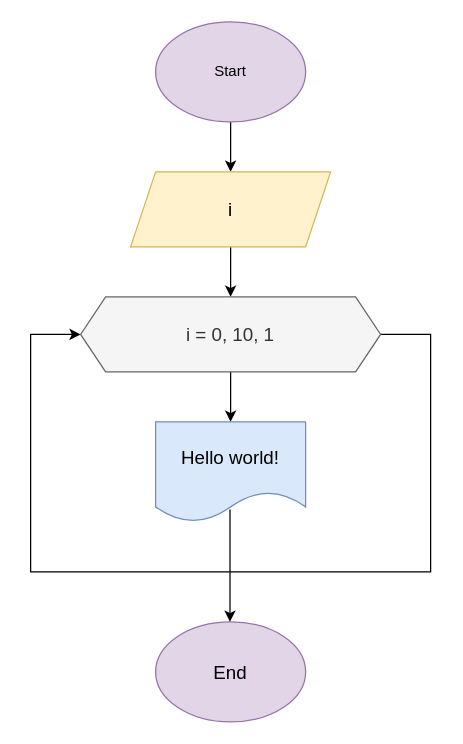
The draw.io diagram page "Page-7" (7 of 8) of Task 1.drawio in NigarMahmudova/Second_Homework, before the edit. Source tidied: cells renumbered, new cells numbered last; positions are measured from the earlier drawing's top-left corner, leaving out a move shared by most shapes. Both pictures are drawn from the tidied source at 125%, with x=0, y=0 at pixel (30, 21).
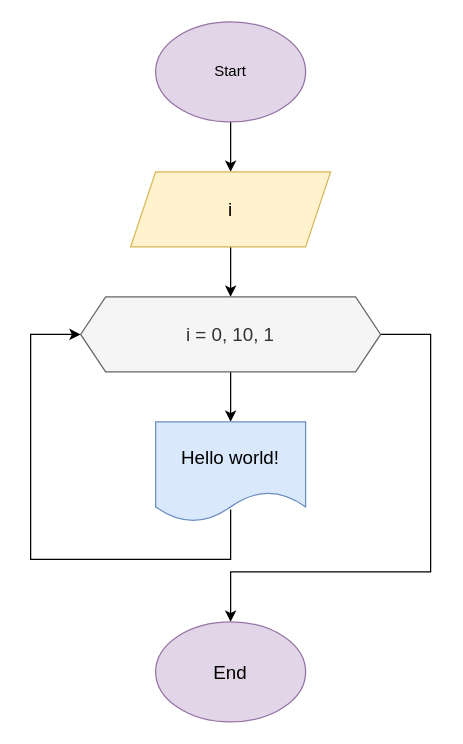
Above is the later version.

What changed in the source:
```diff
@@
 <mxGraphModel>
   <root>
     <mxCell id="0" />
     <mxCell id="1" parent="0" />
     <mxCell id="2" style="edgeStyle=orthogonalEdgeStyle;rounded=0;jettySize=auto;html=1;" parent="1" edge="1" source="3" target="5">
       <mxGeometry relative="1" as="geometry" />
     </mxCell>
     <mxCell id="3" value="Start" style="ellipse;whiteSpace=wrap;html=1;fillColor=#e1d5e7;strokeColor=#9673a6;" parent="1" vertex="1">
       <mxGeometry x="100" width="120" height="80" as="geometry" />
     </mxCell>
     <mxCell id="4" style="edgeStyle=orthogonalEdgeStyle;rounded=0;jettySize=auto;html=1;exitX=0.5;exitY=1;exitDx=0;exitDy=0;entryX=0.5;entryY=0;entryDx=0;entryDy=0;fontSize=15;" parent="1" edge="1" source="5" target="8">
       <mxGeometry relative="1" as="geometry" />
     </mxCell>
     <mxCell id="5" value="&lt;font style=&quot;font-size: 15px;&quot;&gt;i&lt;/font&gt;" style="shape=parallelogram;perimeter=parallelogramPerimeter;whiteSpace=wrap;html=1;fixedSize=1;fillColor=#fff2cc;strokeColor=#d6b656;" parent="1" vertex="1">
       <mxGeometry x="80" y="120" width="160" height="60" as="geometry" />
     </mxCell>
     <mxCell id="6" style="edgeStyle=orthogonalEdgeStyle;rounded=0;jettySize=auto;html=1;fontSize=15;" parent="1" edge="1" source="8" target="9">
       <mxGeometry relative="1" as="geometry" />
     </mxCell>
-    <mxCell id="7" style="edgeStyle=orthogonalEdgeStyle;rounded=0;orthogonalLoop=1;jettySize=auto;html=1;exitX=1;exitY=0.5;exitDx=0;exitDy=0;fontSize=15;entryX=0;entryY=0.5;entryDx=0;entryDy=0;" parent="1" edge="1" source="8" target="8">
+    <mxCell id="7" style="edgeStyle=orthogonalEdgeStyle;rounded=0;jettySize=auto;html=1;exitX=1;exitY=0.5;exitDx=0;exitDy=0;fontSize=15;entryX=0.5;entryY=0;entryDx=0;entryDy=0;" parent="1" edge="1" source="8" target="10">
       <mxGeometry relative="1" as="geometry">
         <Array as="points">
           <mxPoint x="320" y="250" />
           <mxPoint x="320" y="440" />
-          <mxPoint y="440" />
-          <mxPoint y="250" />
+          <mxPoint x="160" y="440" />
         </Array>
       </mxGeometry>
     </mxCell>
     <mxCell id="8" value="i = 0, 10, 1" style="shape=hexagon;perimeter=hexagonPerimeter2;whiteSpace=wrap;html=1;fixedSize=1;fontSize=15;fillColor=#f5f5f5;fontColor=#333333;strokeColor=#666666;" parent="1" vertex="1">
       <mxGeometry x="40" y="220" width="240" height="60" as="geometry" />
     </mxCell>
     <mxCell id="9" value="Hello world!" style="shape=document;whiteSpace=wrap;html=1;boundedLbl=1;fontSize=15;fillColor=#dae8fc;strokeColor=#6c8ebf;" parent="1" vertex="1">
       <mxGeometry x="100" y="320" width="120" height="80" as="geometry" />
     </mxCell>
     <mxCell id="10" value="End" style="ellipse;whiteSpace=wrap;html=1;fontSize=15;fillColor=#e1d5e7;strokeColor=#9673a6;" parent="1" vertex="1">
       <mxGeometry x="100" y="480" width="120" height="80" as="geometry" />
     </mxCell>
-    <mxCell id="11" style="endArrow=classic;html=1;rounded=0;fontSize=15;" parent="1" edge="1">
-      <mxGeometry x="-1" y="-22" relative="1" as="geometry">
-        <mxPoint x="159.5" y="390" as="sourcePoint" />
-        <mxPoint x="159.5" y="480" as="targetPoint" />
-        <mxPoint x="2" y="-10" as="offset" />
-      </mxGeometry>
-    </mxCell>
+    <mxCell id="12" style="endArrow=classic;html=1;rounded=0;entryX=0;entryY=0.5;entryDx=0;entryDy=0;" parent="1" edge="1" target="8">
+      <mxGeometry y="58" relative="1" as="geometry">
+        <mxPoint x="160" y="390" as="sourcePoint" />
+        <Array as="points">
+          <mxPoint x="160" y="430" />
+          <mxPoint y="430" />
+          <mxPoint y="250" />
+        </Array>
+        <mxPoint x="50" y="-28" as="offset" />
+      </mxGeometry>
+    </mxCell>
   </root>
 </mxGraphModel>
```
